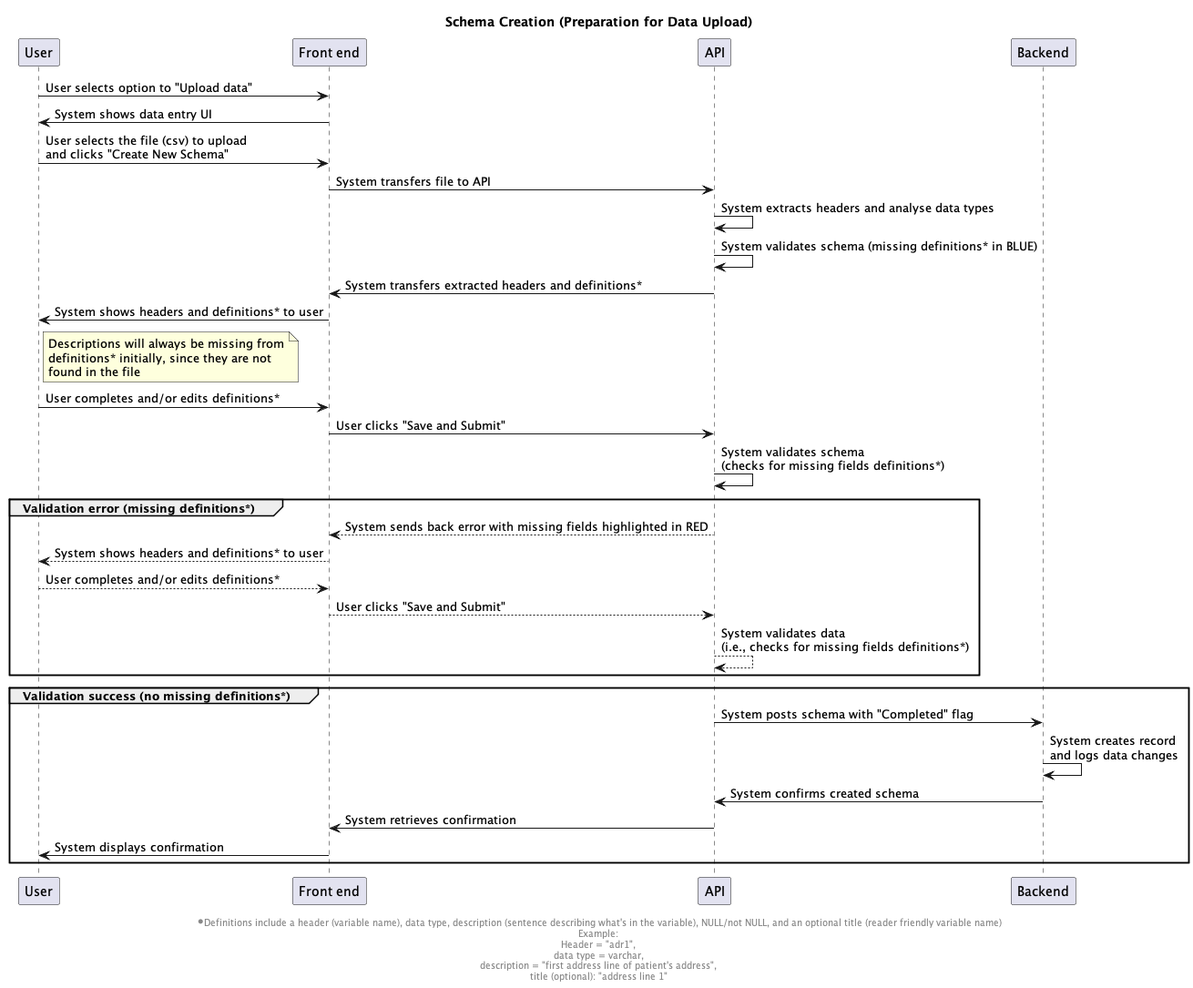
signekb/seedcase-sprout keeps this PlantUML diagram as docs/design/images/schema-creation-sequence.png. Above is the earlier version.
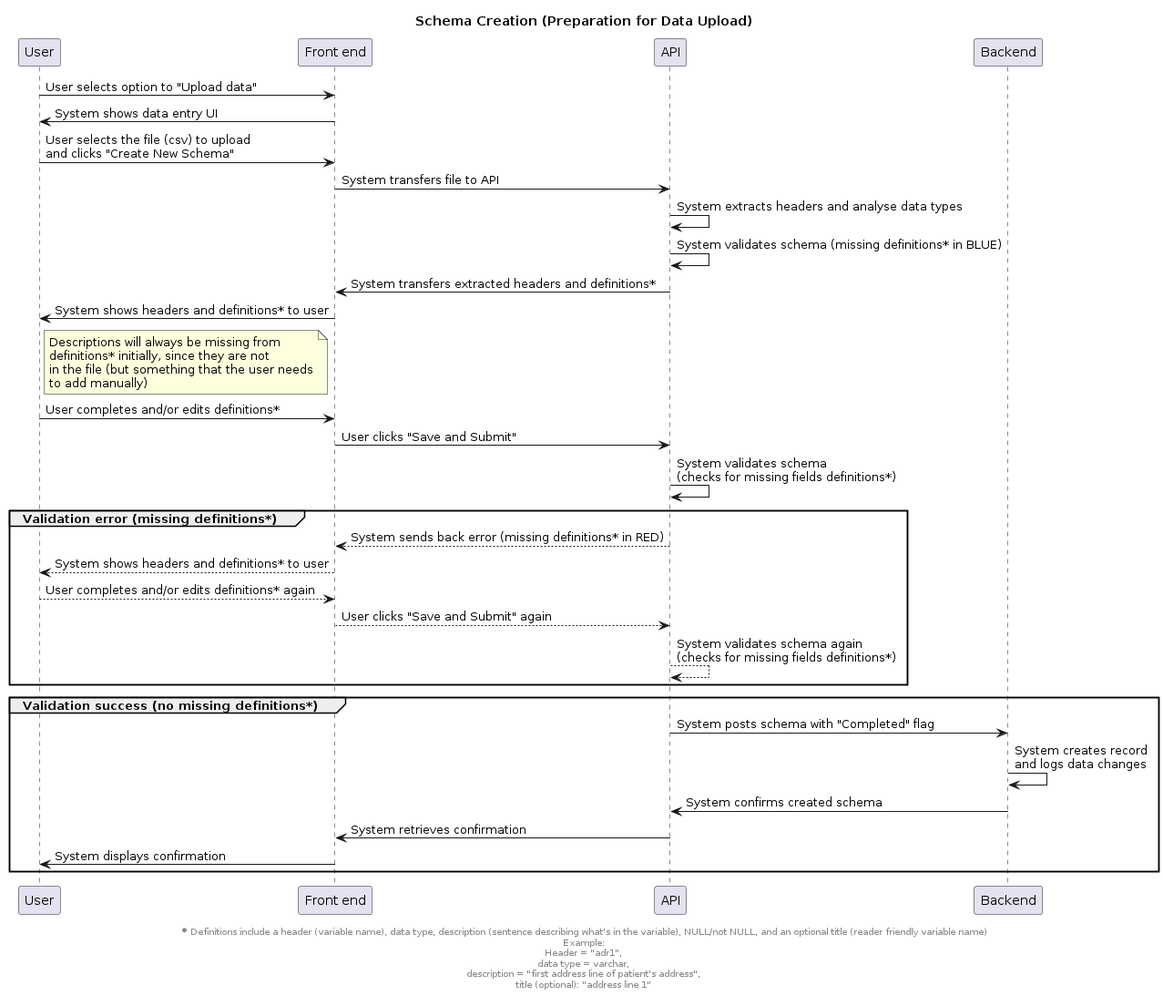
The same file after the commit.

Commit message:
docs: update sequence diagrams based on talks with @henrik-goul and @K-Beicher

Diff of the diagram source:
```diff
@@ -18,17 +18,18 @@
 note right of u
     Descriptions will always be missing from
     definitions* initially, since they are not
-    found in the file
+    in the file (but something that the user needs
+    to add manually)
 end note
 u -> f: User completes and/or edits definitions*
 f -> api: User clicks "Save and Submit"
 api -> api: System validates schema\n(checks for missing fields definitions*)
 group Validation error (missing definitions*)
-    api --> f: System sends back error with missing fields highlighted in RED
+    api --> f: System sends back error (missing definitions* in RED)
     f --> u: System shows headers and definitions* to user
-    u --> f: User completes and/or edits definitions*
-    f --> api: User clicks "Save and Submit"
-    api --> api: System validates data\n(i.e., checks for missing fields definitions*)
+    u --> f: User completes and/or edits definitions* again
+    f --> api: User clicks "Save and Submit" again
+    api --> api: System validates schema again\n(checks for missing fields definitions*)
 end
 group Validation success (no missing definitions*)
     api -> b: System posts schema with "Completed" flag
```
